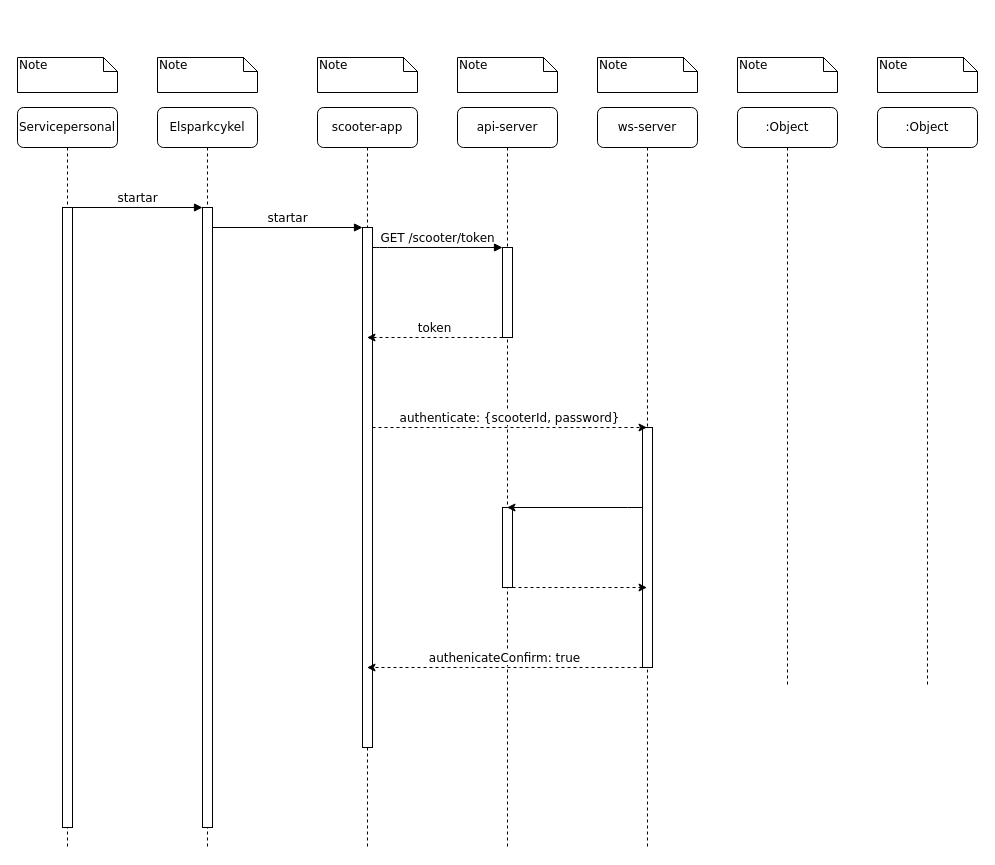
The draw.io diagram sequence-diagram1.drawio in best-scooter/sds, before the edit. Source tidied: cells renumbered, new cells numbered last; positions are measured from the earlier drawing's top-left corner, leaving out a move shared by most shapes. Both pictures are drawn from the tidied source at 100%, with x=0, y=0 at pixel (17, 57).
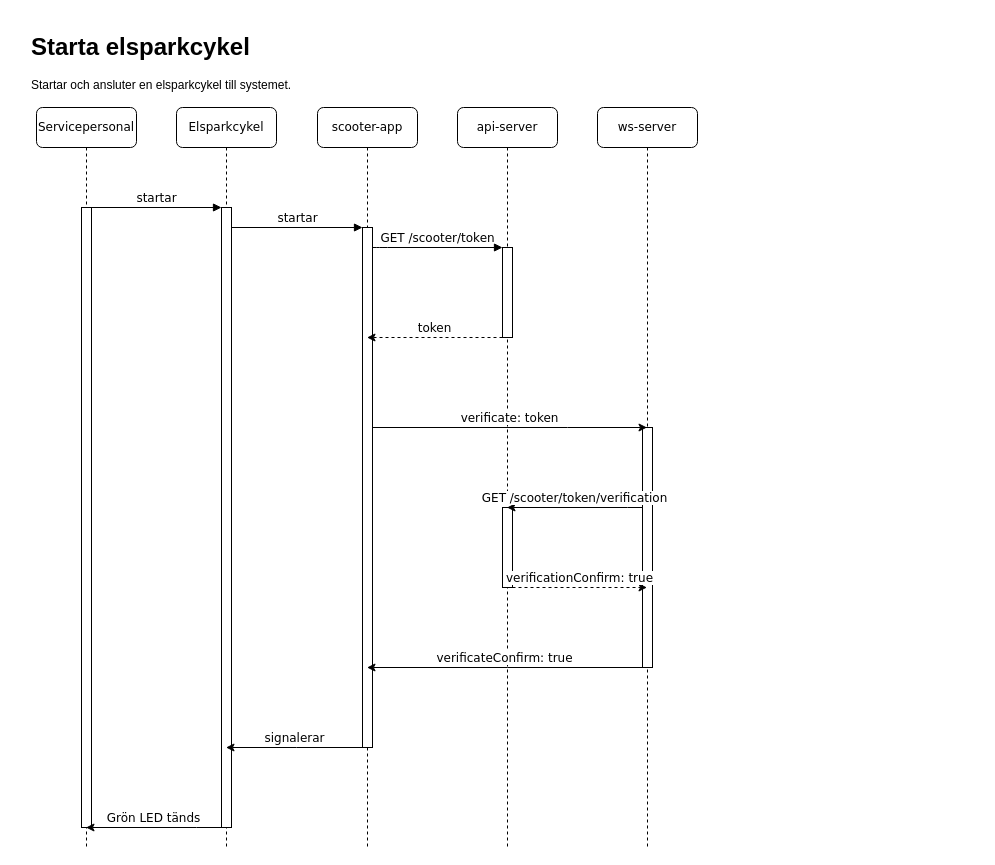
After the change.

Unchanged cells that the change refers to:
```xml
<mxCell id="3" style="html=1;points=[];perimeter=orthogonalPerimeter;rounded=0;shadow=0;comic=0;labelBackgroundColor=none;strokeWidth=1;fontFamily=Verdana;fontSize=12;align=center;" parent="2" vertex="1">
  <mxGeometry x="45" y="100" width="10" height="620" as="geometry" />
</mxCell>
<mxCell id="4" value="scooter-app" style="shape=umlLifeline;perimeter=lifelinePerimeter;whiteSpace=wrap;html=1;outlineConnect=0;rounded=1;shadow=0;comic=0;labelBackgroundColor=none;strokeWidth=1;fontFamily=Verdana;fontSize=12;align=center;" parent="1" vertex="1">
  <mxGeometry x="300" y="50" width="100" height="740" as="geometry" />
</mxCell>
<mxCell id="5" style="html=1;points=[];perimeter=orthogonalPerimeter;rounded=0;shadow=0;comic=0;labelBackgroundColor=none;strokeWidth=1;fontFamily=Verdana;fontSize=12;align=center;" parent="4" vertex="1">
  <mxGeometry x="45" y="120" width="10" height="520" as="geometry" />
</mxCell>
<mxCell id="6" value="api-server" style="shape=umlLifeline;perimeter=lifelinePerimeter;whiteSpace=wrap;html=1;outlineConnect=0;rounded=1;shadow=0;comic=0;labelBackgroundColor=none;strokeWidth=1;fontFamily=Verdana;fontSize=12;align=center;" parent="1" vertex="1">
  <mxGeometry x="440" y="50" width="100" height="740" as="geometry" />
</mxCell>
<mxCell id="7" style="html=1;points=[[0,0,0,0,5],[0,1,0,0,-5],[1,0,0,0,5],[1,1,0,0,-5]];perimeter=orthogonalPerimeter;outlineConnect=0;targetShapes=umlLifeline;portConstraint=eastwest;newEdgeStyle={&quot;curved&quot;:0,&quot;rounded&quot;:0};" parent="6" vertex="1">
  <mxGeometry x="45" y="400" width="10" height="80" as="geometry" />
</mxCell>
<mxCell id="8" value="ws-server" style="shape=umlLifeline;perimeter=lifelinePerimeter;whiteSpace=wrap;html=1;outlineConnect=0;rounded=1;shadow=0;comic=0;labelBackgroundColor=none;strokeWidth=1;fontFamily=Verdana;fontSize=12;align=center;" parent="1" vertex="1">
  <mxGeometry x="580" y="50" width="100" height="740" as="geometry" />
</mxCell>
<mxCell id="9" style="html=1;points=[[0,0,0,0,5],[0,1,0,0,-5],[1,0,0,0,5],[1,1,0,0,-5]];perimeter=orthogonalPerimeter;outlineConnect=0;targetShapes=umlLifeline;portConstraint=eastwest;newEdgeStyle={&quot;curved&quot;:0,&quot;rounded&quot;:0};" parent="8" vertex="1">
  <mxGeometry x="45" y="320" width="10" height="240" as="geometry" />
</mxCell>
```

The edit, as a diff of the source:
```diff
@@
     <mxCell id="2" value="Elsparkcykel" style="shape=umlLifeline;perimeter=lifelinePerimeter;whiteSpace=wrap;html=1;outlineConnect=0;rounded=1;shadow=0;comic=0;labelBackgroundColor=none;strokeWidth=1;fontFamily=Verdana;fontSize=12;align=center;" parent="1" vertex="1">
-      <mxGeometry x="140" y="50" width="100" height="740" as="geometry" />
+      <mxGeometry x="159" y="50" width="100" height="740" as="geometry" />
     </mxCell>
@@
-    <mxCell id="10" value=":Object" style="shape=umlLifeline;perimeter=lifelinePerimeter;whiteSpace=wrap;html=1;rounded=1;shadow=0;comic=0;labelBackgroundColor=none;strokeWidth=1;fontFamily=Verdana;fontSize=12;align=center;" parent="1" vertex="1">
-      <mxGeometry x="720" y="50" width="100" height="580" as="geometry" />
-    </mxCell>
-    <mxCell id="11" value=":Object" style="shape=umlLifeline;perimeter=lifelinePerimeter;whiteSpace=wrap;html=1;rounded=1;shadow=0;comic=0;labelBackgroundColor=none;strokeWidth=1;fontFamily=Verdana;fontSize=12;align=center;" parent="1" vertex="1">
-      <mxGeometry x="860" y="50" width="100" height="580" as="geometry" />
-    </mxCell>
     <mxCell id="12" value="Servicepersonal" style="shape=umlLifeline;perimeter=lifelinePerimeter;whiteSpace=wrap;html=1;outlineConnect=0;rounded=1;shadow=0;comic=0;labelBackgroundColor=none;strokeWidth=1;fontFamily=Verdana;fontSize=12;align=center;" parent="1" vertex="1">
-      <mxGeometry y="50" width="100" height="740" as="geometry" />
+      <mxGeometry x="19" y="50" width="100" height="740" as="geometry" />
     </mxCell>
@@
-    <mxCell id="19" value="Note" style="shape=note;whiteSpace=wrap;html=1;size=14;verticalAlign=top;align=left;spacingTop=-6;rounded=0;shadow=0;comic=0;labelBackgroundColor=none;strokeWidth=1;fontFamily=Verdana;fontSize=12;" parent="1" vertex="1">
-      <mxGeometry width="100" height="35" as="geometry" />
-    </mxCell>
-    <mxCell id="20" value="Note" style="shape=note;whiteSpace=wrap;html=1;size=14;verticalAlign=top;align=left;spacingTop=-6;rounded=0;shadow=0;comic=0;labelBackgroundColor=none;strokeWidth=1;fontFamily=Verdana;fontSize=12;" parent="1" vertex="1">
-      <mxGeometry x="140" width="100" height="35" as="geometry" />
-    </mxCell>
-    <mxCell id="21" value="Note" style="shape=note;whiteSpace=wrap;html=1;size=14;verticalAlign=top;align=left;spacingTop=-6;rounded=0;shadow=0;comic=0;labelBackgroundColor=none;strokeWidth=1;fontFamily=Verdana;fontSize=12;" parent="1" vertex="1">
-      <mxGeometry x="300" width="100" height="35" as="geometry" />
-    </mxCell>
-    <mxCell id="22" value="Note" style="shape=note;whiteSpace=wrap;html=1;size=14;verticalAlign=top;align=left;spacingTop=-6;rounded=0;shadow=0;comic=0;labelBackgroundColor=none;strokeWidth=1;fontFamily=Verdana;fontSize=12;" parent="1" vertex="1">
-      <mxGeometry x="440" width="100" height="35" as="geometry" />
-    </mxCell>
-    <mxCell id="23" value="Note" style="shape=note;whiteSpace=wrap;html=1;size=14;verticalAlign=top;align=left;spacingTop=-6;rounded=0;shadow=0;comic=0;labelBackgroundColor=none;strokeWidth=1;fontFamily=Verdana;fontSize=12;" parent="1" vertex="1">
-      <mxGeometry x="580" width="100" height="35" as="geometry" />
-    </mxCell>
-    <mxCell id="24" value="Note" style="shape=note;whiteSpace=wrap;html=1;size=14;verticalAlign=top;align=left;spacingTop=-6;rounded=0;shadow=0;comic=0;labelBackgroundColor=none;strokeWidth=1;fontFamily=Verdana;fontSize=12;" parent="1" vertex="1">
-      <mxGeometry x="720" width="100" height="35" as="geometry" />
-    </mxCell>
-    <mxCell id="25" value="Note" style="shape=note;whiteSpace=wrap;html=1;size=14;verticalAlign=top;align=left;spacingTop=-6;rounded=0;shadow=0;comic=0;labelBackgroundColor=none;strokeWidth=1;fontFamily=Verdana;fontSize=12;" parent="1" vertex="1">
-      <mxGeometry x="860" width="100" height="35" as="geometry" />
-    </mxCell>
-    <mxCell id="26" value="authenticate: {scooterId, password}" style="edgeStyle=orthogonalEdgeStyle;rounded=0;jettySize=auto;html=1;dashed=1;align=center;labelPosition=center;verticalLabelPosition=top;verticalAlign=bottom;fontFamily=Verdana;fontSize=12;" parent="1" edge="1" source="5" target="8">
+    <mxCell id="26" value="verificate: token" style="edgeStyle=orthogonalEdgeStyle;rounded=0;jettySize=auto;html=1;align=center;labelPosition=center;verticalLabelPosition=top;verticalAlign=bottom;fontFamily=Verdana;fontSize=12;" parent="1" edge="1" source="5" target="8">
       <mxGeometry relative="1" as="geometry">
         <Array as="points">
           <mxPoint x="550" y="370" />
           <mxPoint x="550" y="370" />
         </Array>
       </mxGeometry>
     </mxCell>
-    <mxCell id="27" value="authenicateConfirm: true" style="edgeStyle=orthogonalEdgeStyle;rounded=0;jettySize=auto;html=1;curved=0;dashed=1;labelPosition=center;verticalLabelPosition=top;align=center;verticalAlign=bottom;fontFamily=Verdana;fontSize=12;" parent="1" edge="1" source="9" target="4">
+    <mxCell id="27" value="verificateConfirm: true" style="edgeStyle=orthogonalEdgeStyle;rounded=0;jettySize=auto;html=1;curved=0;labelPosition=center;verticalLabelPosition=top;align=center;verticalAlign=bottom;fontFamily=Verdana;fontSize=12;" parent="1" edge="1" source="9" target="4">
       <mxGeometry relative="1" as="geometry">
         <Array as="points">
           <mxPoint x="490" y="610" />
           <mxPoint x="490" y="610" />
         </Array>
       </mxGeometry>
     </mxCell>
-    <mxCell id="28" style="edgeStyle=orthogonalEdgeStyle;rounded=0;jettySize=auto;html=1;curved=0;" parent="1" edge="1" source="9" target="6">
+    <mxCell id="28" value="GET /scooter/token/verification" style="edgeStyle=orthogonalEdgeStyle;rounded=0;jettySize=auto;html=1;curved=0;fontFamily=Verdana;fontSize=12;labelPosition=center;verticalLabelPosition=top;align=center;verticalAlign=bottom;" parent="1" edge="1" source="9" target="6">
       <mxGeometry relative="1" as="geometry">
         <Array as="points">
           <mxPoint x="610" y="450" />
           <mxPoint x="610" y="450" />
         </Array>
       </mxGeometry>
     </mxCell>
-    <mxCell id="29" style="edgeStyle=orthogonalEdgeStyle;rounded=0;jettySize=auto;html=1;curved=0;dashed=1;" parent="1" edge="1" source="7" target="8">
+    <mxCell id="29" value="verificationConfirm: true" style="edgeStyle=orthogonalEdgeStyle;rounded=0;jettySize=auto;html=1;curved=0;dashed=1;labelPosition=center;verticalLabelPosition=top;align=center;verticalAlign=bottom;fontSize=12;fontFamily=Verdana;" parent="1" edge="1" source="7" target="8">
       <mxGeometry relative="1" as="geometry">
         <Array as="points">
           <mxPoint x="570" y="530" />
           <mxPoint x="570" y="530" />
         </Array>
       </mxGeometry>
     </mxCell>
+    <mxCell id="30" value="signalerar" style="edgeStyle=orthogonalEdgeStyle;rounded=0;jettySize=auto;html=1;fontSize=12;fontFamily=Verdana;labelPosition=center;verticalLabelPosition=top;align=center;verticalAlign=bottom;" parent="1" edge="1" source="5" target="2">
+      <mxGeometry relative="1" as="geometry">
+        <Array as="points">
+          <mxPoint x="279" y="690" />
+          <mxPoint x="279" y="690" />
+        </Array>
+      </mxGeometry>
+    </mxCell>
+    <mxCell id="31" value="Grön LED tänds" style="edgeStyle=orthogonalEdgeStyle;rounded=0;jettySize=auto;html=1;fontFamily=Verdana;fontSize=12;labelPosition=center;verticalLabelPosition=top;align=center;verticalAlign=bottom;" parent="1" edge="1" source="3" target="12">
+      <mxGeometry relative="1" as="geometry">
+        <Array as="points">
+          <mxPoint x="179" y="770" />
+          <mxPoint x="179" y="770" />
+        </Array>
+      </mxGeometry>
+    </mxCell>
+    <mxCell id="32" value="&lt;h1&gt;Starta elsparkcykel&lt;br&gt;&lt;/h1&gt;&lt;p&gt;Startar och ansluter en elsparkcykel till systemet.&lt;br&gt;&lt;/p&gt;" style="text;html=1;strokeColor=none;fillColor=none;spacing=5;spacingTop=-20;whiteSpace=wrap;overflow=hidden;rounded=0;" parent="1" vertex="1">
+      <mxGeometry x="9" y="-30" width="510" height="120" as="geometry" />
+    </mxCell>
```
